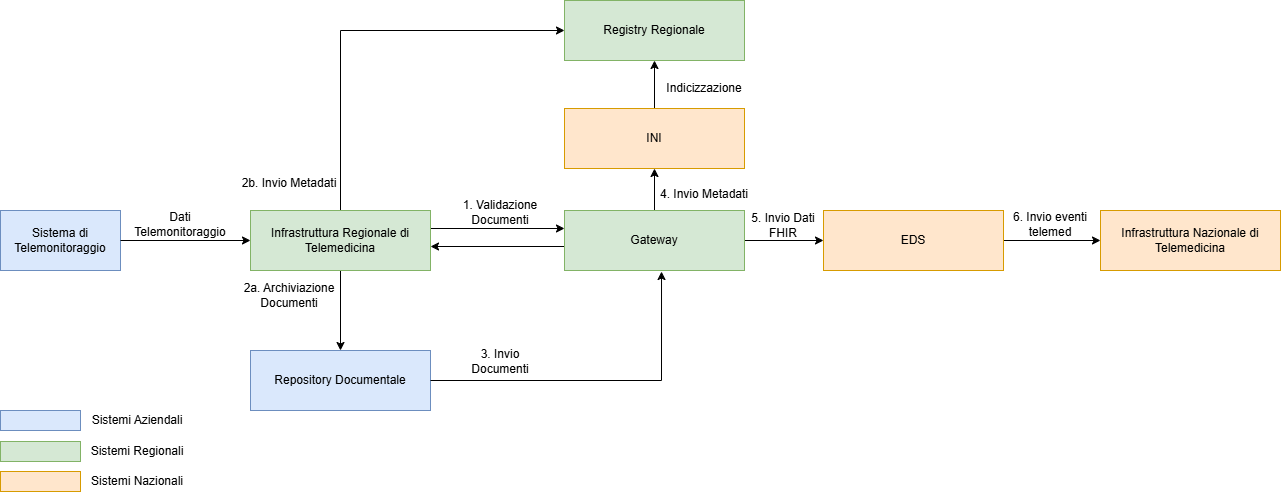
This is input/images/Flusso_Dati_PNT_IRT_v3.png from hl7-it/televisita, a draw.io export, as it was before one commit. Source tidied: cells renumbered, new cells last; positions are measured from the earlier drawing's top-left corner, leaving out a move shared by most shapes.
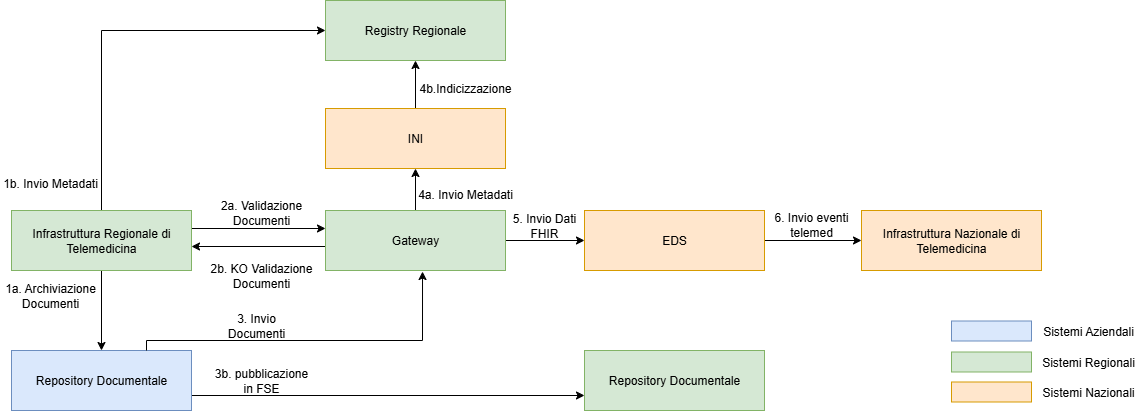
Above is the later version.

The edit, as a diff of the source:
```diff
@@ -2,12 +2,6 @@
   <root>
     <mxCell id="0" />
     <mxCell id="1" parent="0" />
-    <mxCell id="2" value="Sistema di Telemonitoraggio" style="rounded=0;whiteSpace=wrap;html=1;fillColor=#dae8fc;strokeColor=#6c8ebf;" parent="1" vertex="1">
-      <mxGeometry y="210" width="120" height="60" as="geometry" />
-    </mxCell>
-    <mxCell id="3" style="endArrow=classic;html=1;rounded=0;exitX=1;exitY=0.5;exitDx=0;exitDy=0;" parent="1" edge="1" source="2" target="7">
-      <mxGeometry relative="1" as="geometry" />
-    </mxCell>
     <mxCell id="4" style="edgeStyle=orthogonalEdgeStyle;rounded=0;jettySize=auto;html=1;exitX=0.5;exitY=1;exitDx=0;exitDy=0;entryX=0.5;entryY=0;entryDx=0;entryDy=0;" parent="1" edge="1" source="7" target="9">
       <mxGeometry relative="1" as="geometry" />
     </mxCell>
@@ -23,13 +17,13 @@
     <mxCell id="7" value="Infrastruttura Regionale di Telemedicina" style="rounded=0;whiteSpace=wrap;html=1;fillColor=#d5e8d4;strokeColor=#82b366;" parent="1" vertex="1">
       <mxGeometry x="250" y="210" width="180" height="60" as="geometry" />
     </mxCell>
-    <mxCell id="8" value="Dati Telemonitoraggio" style="text;html=1;align=center;verticalAlign=middle;whiteSpace=wrap;rounded=0;" parent="1" vertex="1">
-      <mxGeometry x="130" y="209" width="100" height="30" as="geometry" />
-    </mxCell>
+    <mxCell id="35" style="edgeStyle=orthogonalEdgeStyle;rounded=0;jettySize=auto;html=1;exitX=1;exitY=0.75;exitDx=0;exitDy=0;entryX=0;entryY=0.75;entryDx=0;entryDy=0;" parent="1" edge="1" source="9" target="37">
+      <mxGeometry relative="1" as="geometry" />
+    </mxCell>
     <mxCell id="9" value="Repository Documentale" style="rounded=0;whiteSpace=wrap;html=1;fillColor=#dae8fc;strokeColor=#6c8ebf;" parent="1" vertex="1">
       <mxGeometry x="250" y="350" width="180" height="60" as="geometry" />
     </mxCell>
-    <mxCell id="10" value="2a. Archiviazione Documenti" style="text;html=1;align=center;verticalAlign=middle;whiteSpace=wrap;rounded=0;" parent="1" vertex="1">
+    <mxCell id="10" value="1a. Archiviazione Documenti" style="text;html=1;align=center;verticalAlign=middle;whiteSpace=wrap;rounded=0;" parent="1" vertex="1">
       <mxGeometry x="239" y="280" width="100" height="30" as="geometry" />
     </mxCell>
     <mxCell id="11" style="edgeStyle=orthogonalEdgeStyle;rounded=0;orthogonalLoop=1;jettySize=auto;html=1;exitX=0;exitY=0.75;exitDx=0;exitDy=0;entryX=1;entryY=0.75;entryDx=0;entryDy=0;" parent="1" edge="1">
@@ -47,13 +41,18 @@
     <mxCell id="14" value="Gateway" style="rounded=0;whiteSpace=wrap;html=1;fillColor=#d5e8d4;strokeColor=#82b366;" parent="1" vertex="1">
       <mxGeometry x="564" y="210" width="180" height="60" as="geometry" />
     </mxCell>
-    <mxCell id="15" style="edgeStyle=orthogonalEdgeStyle;rounded=0;jettySize=auto;html=1;exitX=1;exitY=0.5;exitDx=0;exitDy=0;entryX=0.539;entryY=1.017;entryDx=0;entryDy=0;entryPerimeter=0;" parent="1" edge="1" source="9" target="14">
-      <mxGeometry relative="1" as="geometry" />
+    <mxCell id="15" style="edgeStyle=orthogonalEdgeStyle;rounded=0;jettySize=auto;html=1;exitX=0.75;exitY=0;exitDx=0;exitDy=0;entryX=0.539;entryY=1.017;entryDx=0;entryDy=0;entryPerimeter=0;" parent="1" edge="1" source="9" target="14">
+      <mxGeometry relative="1" as="geometry">
+        <Array as="points">
+          <mxPoint x="385" y="340" />
+          <mxPoint x="661" y="340" />
+        </Array>
+      </mxGeometry>
     </mxCell>
     <mxCell id="16" value="3. Invio Documenti" style="text;html=1;align=center;verticalAlign=middle;whiteSpace=wrap;rounded=0;" parent="1" vertex="1">
-      <mxGeometry x="450" y="346" width="100" height="30" as="geometry" />
+      <mxGeometry x="445" y="310" width="100" height="30" as="geometry" />
     </mxCell>
-    <mxCell id="17" value="1. Validazione Documenti" style="text;html=1;align=center;verticalAlign=middle;whiteSpace=wrap;rounded=0;" parent="1" vertex="1">
+    <mxCell id="17" value="2a. Validazione Documenti" style="text;html=1;align=center;verticalAlign=middle;whiteSpace=wrap;rounded=0;" parent="1" vertex="1">
       <mxGeometry x="450" y="197" width="100" height="30" as="geometry" />
     </mxCell>
     <mxCell id="18" style="edgeStyle=orthogonalEdgeStyle;rounded=0;jettySize=auto;html=1;exitX=0.5;exitY=0;exitDx=0;exitDy=0;entryX=0.5;entryY=1;entryDx=0;entryDy=0;entryPerimeter=0;" parent="1" edge="1" source="19" target="21">
@@ -62,13 +61,13 @@
     <mxCell id="19" value="INI" style="rounded=0;whiteSpace=wrap;html=1;fillColor=#ffe6cc;strokeColor=#d79b00;" parent="1" vertex="1">
       <mxGeometry x="564" y="108" width="180" height="60" as="geometry" />
     </mxCell>
-    <mxCell id="20" value="4. Invio Metadati" style="text;html=1;align=center;verticalAlign=middle;whiteSpace=wrap;rounded=0;" parent="1" vertex="1">
+    <mxCell id="20" value="4a. Invio Metadati" style="text;html=1;align=center;verticalAlign=middle;whiteSpace=wrap;rounded=0;" parent="1" vertex="1">
       <mxGeometry x="654" y="179" width="100" height="30" as="geometry" />
     </mxCell>
     <mxCell id="21" value="Registry Regionale" style="rounded=0;whiteSpace=wrap;html=1;fillColor=#d5e8d4;strokeColor=#82b366;" parent="1" vertex="1">
       <mxGeometry x="564" width="180" height="60" as="geometry" />
     </mxCell>
-    <mxCell id="22" value="Indicizzazione" style="text;html=1;align=center;verticalAlign=middle;whiteSpace=wrap;rounded=0;" parent="1" vertex="1">
+    <mxCell id="22" value="4b.Indicizzazione" style="text;html=1;align=center;verticalAlign=middle;whiteSpace=wrap;rounded=0;" parent="1" vertex="1">
       <mxGeometry x="654" y="73" width="100" height="30" as="geometry" />
     </mxCell>
     <mxCell id="23" style="edgeStyle=orthogonalEdgeStyle;rounded=0;jettySize=auto;html=1;exitX=1;exitY=0.5;exitDx=0;exitDy=0;" parent="1" edge="1" source="24" target="26">
@@ -87,25 +86,34 @@
       <mxGeometry x="1006" y="209" width="88" height="30" as="geometry" />
     </mxCell>
     <mxCell id="28" style="rounded=0;whiteSpace=wrap;html=1;fillColor=#dae8fc;strokeColor=#6c8ebf;" parent="1" vertex="1">
-      <mxGeometry y="410" width="80" height="20" as="geometry" />
+      <mxGeometry x="1190" y="320.5" width="80" height="20" as="geometry" />
     </mxCell>
     <mxCell id="29" value="Sistemi Aziendali" style="text;html=1;align=center;verticalAlign=middle;whiteSpace=wrap;rounded=0;" parent="1" vertex="1">
-      <mxGeometry x="77" y="405" width="120" height="30" as="geometry" />
+      <mxGeometry x="1267" y="315.5" width="120" height="30" as="geometry" />
     </mxCell>
     <mxCell id="30" style="rounded=0;whiteSpace=wrap;html=1;fillColor=#d5e8d4;strokeColor=#82b366;" parent="1" vertex="1">
-      <mxGeometry y="441" width="80" height="20" as="geometry" />
+      <mxGeometry x="1190" y="351.5" width="80" height="20" as="geometry" />
     </mxCell>
     <mxCell id="31" value="Sistemi Regionali" style="text;html=1;align=center;verticalAlign=middle;whiteSpace=wrap;rounded=0;" parent="1" vertex="1">
-      <mxGeometry x="77" y="436" width="120" height="30" as="geometry" />
+      <mxGeometry x="1267" y="346.5" width="120" height="30" as="geometry" />
     </mxCell>
     <mxCell id="32" style="rounded=0;whiteSpace=wrap;html=1;fillColor=#ffe6cc;strokeColor=#d79b00;" parent="1" vertex="1">
-      <mxGeometry y="471" width="80" height="20" as="geometry" />
+      <mxGeometry x="1190" y="381.5" width="80" height="20" as="geometry" />
     </mxCell>
     <mxCell id="33" value="Sistemi Nazionali" style="text;html=1;align=center;verticalAlign=middle;whiteSpace=wrap;rounded=0;" parent="1" vertex="1">
-      <mxGeometry x="77" y="466" width="120" height="30" as="geometry" />
+      <mxGeometry x="1267" y="376.5" width="120" height="30" as="geometry" />
     </mxCell>
-    <mxCell id="34" value="2b. Invio Metadati" style="text;html=1;align=center;verticalAlign=middle;whiteSpace=wrap;rounded=0;" parent="1" vertex="1">
+    <mxCell id="34" value="1b. Invio Metadati" style="text;html=1;align=center;verticalAlign=middle;whiteSpace=wrap;rounded=0;" parent="1" vertex="1">
       <mxGeometry x="239" y="168" width="100" height="30" as="geometry" />
     </mxCell>
+    <mxCell id="36" value="2b. KO Validazione Documenti" style="text;html=1;align=center;verticalAlign=middle;whiteSpace=wrap;rounded=0;" parent="1" vertex="1">
+      <mxGeometry x="445" y="260" width="110" height="30" as="geometry" />
+    </mxCell>
+    <mxCell id="37" value="Repository Documentale" style="rounded=0;whiteSpace=wrap;html=1;fillColor=#d5e8d4;strokeColor=#82b366;" parent="1" vertex="1">
+      <mxGeometry x="823" y="350" width="180" height="60" as="geometry" />
+    </mxCell>
+    <mxCell id="38" value="3b. pubblicazione in FSE" style="text;html=1;align=center;verticalAlign=middle;whiteSpace=wrap;rounded=0;" parent="1" vertex="1">
+      <mxGeometry x="450" y="365" width="100" height="30" as="geometry" />
+    </mxCell>
   </root>
 </mxGraphModel>
```
